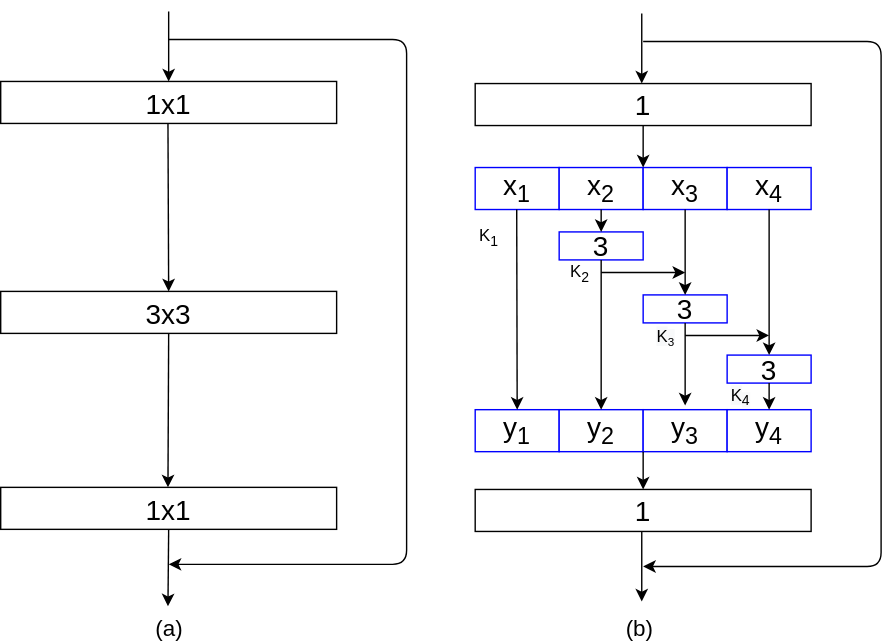
This is littlepaper/图2-1 ResTnet结构图.svg from wangxinzhi0/draw.io, a draw.io export, as it was before one commit. Source tidied: cells renumbered, new cells last; positions are measured from the earlier drawing's top-left corner, leaving out a move shared by most shapes.
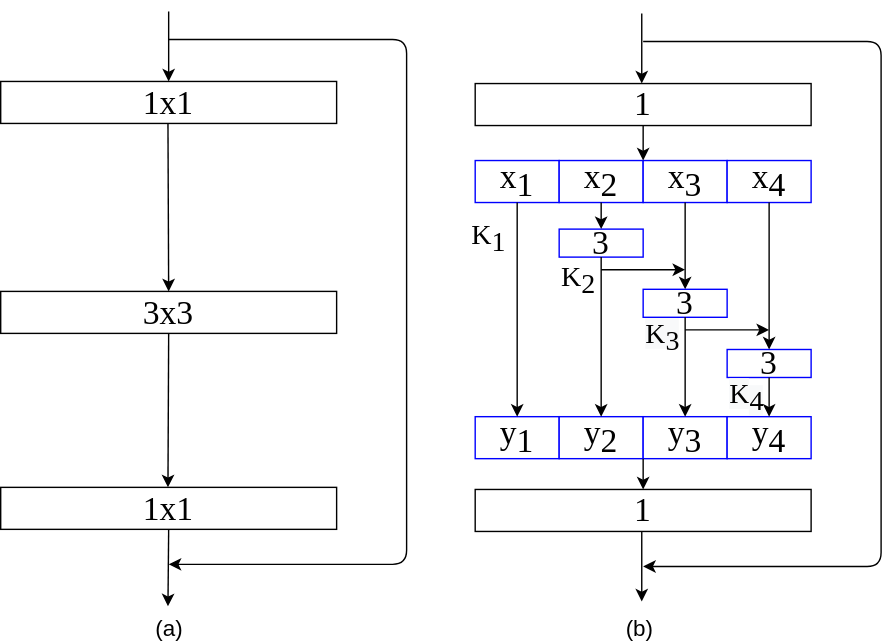
The same file after the commit.

Change to the diagram source:
```diff
@@ -2,10 +2,10 @@
   <root>
     <mxCell id="0" />
     <mxCell id="1" parent="0" />
-    <mxCell id="2" value="&lt;font style=&quot;font-size: 20px&quot;&gt;3x3&lt;/font&gt;" style="rounded=0;whiteSpace=wrap;html=1;" parent="1" vertex="1">
+    <mxCell id="2" value="&lt;font style=&quot;font-size: 24px;&quot;&gt;3x3&lt;/font&gt;" style="rounded=0;whiteSpace=wrap;html=1;fontFamily=Times New Roman;fontSize=24;" parent="1" vertex="1">
       <mxGeometry y="200.5" width="240" height="30" as="geometry" />
     </mxCell>
-    <mxCell id="3" value="&lt;font style=&quot;font-size: 20px&quot;&gt;1x1&lt;/font&gt;" style="rounded=0;whiteSpace=wrap;html=1;" parent="1" vertex="1">
+    <mxCell id="3" value="&lt;font style=&quot;font-size: 24px;&quot;&gt;1x1&lt;/font&gt;" style="rounded=0;whiteSpace=wrap;html=1;fontFamily=Times New Roman;fontSize=24;" parent="1" vertex="1">
       <mxGeometry y="340.5" width="240" height="30" as="geometry" />
     </mxCell>
     <mxCell id="4" style="endArrow=classic;html=1;" parent="1" edge="1">
@@ -34,13 +34,13 @@
         </Array>
       </mxGeometry>
     </mxCell>
-    <mxCell id="8" value="&lt;font style=&quot;font-size: 20px&quot;&gt;1&lt;/font&gt;" style="rounded=0;whiteSpace=wrap;html=1;" parent="1" vertex="1">
+    <mxCell id="8" value="&lt;font style=&quot;font-size: 24px;&quot;&gt;1&lt;/font&gt;" style="rounded=0;whiteSpace=wrap;html=1;fontFamily=Times New Roman;fontSize=24;" parent="1" vertex="1">
       <mxGeometry x="339" y="52" width="240" height="30" as="geometry" />
     </mxCell>
-    <mxCell id="9" value="&lt;font style=&quot;font-size: 20px&quot;&gt;1&lt;/font&gt;" style="rounded=0;whiteSpace=wrap;html=1;" parent="1" vertex="1">
+    <mxCell id="9" value="&lt;font style=&quot;font-size: 24px;&quot;&gt;1&lt;/font&gt;" style="rounded=0;whiteSpace=wrap;html=1;fontFamily=Times New Roman;fontSize=24;" parent="1" vertex="1">
       <mxGeometry x="339" y="342" width="240" height="30" as="geometry" />
     </mxCell>
-    <mxCell id="10" value="&lt;font style=&quot;font-size: 20px;&quot;&gt;1x1&lt;/font&gt;" style="rounded=0;whiteSpace=wrap;html=1;fontFamily=Helvetica;fontSize=20;" parent="1" vertex="1">
+    <mxCell id="10" value="&lt;font style=&quot;font-size: 24px;&quot;&gt;1x1&lt;/font&gt;" style="rounded=0;whiteSpace=wrap;html=1;fontFamily=Times New Roman;fontSize=24;" parent="1" vertex="1">
       <mxGeometry y="50.5" width="240" height="30" as="geometry" />
     </mxCell>
     <mxCell id="11" style="endArrow=classic;html=1;entryX=0.5;entryY=0;entryDx=0;entryDy=0;" parent="1" edge="1" target="2">
@@ -48,31 +48,31 @@
         <mxPoint x="119.5" y="80.5" as="sourcePoint" />
       </mxGeometry>
     </mxCell>
-    <mxCell id="12" value="&lt;span style=&quot;font-size: 20px&quot;&gt;x&lt;sub&gt;1&lt;/sub&gt;&lt;/span&gt;" style="rounded=0;whiteSpace=wrap;html=1;strokeColor=#0000FF;" parent="1" vertex="1">
-      <mxGeometry x="339" y="112" width="60" height="30" as="geometry" />
+    <mxCell id="12" value="&lt;span style=&quot;font-size: 24px;&quot;&gt;x&lt;sub style=&quot;font-size: 24px;&quot;&gt;1&lt;/sub&gt;&lt;/span&gt;" style="rounded=0;whiteSpace=wrap;html=1;strokeColor=#0000FF;fontFamily=Times New Roman;fontSize=24;" parent="1" vertex="1">
+      <mxGeometry x="339" y="107" width="60" height="30" as="geometry" />
     </mxCell>
-    <mxCell id="13" value="&lt;font style=&quot;font-size: 20px&quot;&gt;x&lt;sub&gt;2&lt;/sub&gt;&lt;/font&gt;" style="rounded=0;whiteSpace=wrap;html=1;strokeColor=#0000FF;" parent="1" vertex="1">
-      <mxGeometry x="399" y="112" width="60" height="30" as="geometry" />
+    <mxCell id="13" value="&lt;font style=&quot;font-size: 24px;&quot;&gt;x&lt;sub style=&quot;font-size: 24px;&quot;&gt;2&lt;/sub&gt;&lt;/font&gt;" style="rounded=0;whiteSpace=wrap;html=1;strokeColor=#0000FF;fontFamily=Times New Roman;fontSize=24;" parent="1" vertex="1">
+      <mxGeometry x="399" y="107" width="60" height="30" as="geometry" />
     </mxCell>
-    <mxCell id="14" value="&lt;font style=&quot;font-size: 20px&quot;&gt;x&lt;sub&gt;3&lt;/sub&gt;&lt;/font&gt;" style="rounded=0;whiteSpace=wrap;html=1;strokeColor=#0000FF;" parent="1" vertex="1">
-      <mxGeometry x="459" y="112" width="60" height="30" as="geometry" />
+    <mxCell id="14" value="&lt;font style=&quot;font-size: 24px;&quot;&gt;x&lt;sub style=&quot;font-size: 24px;&quot;&gt;3&lt;/sub&gt;&lt;/font&gt;" style="rounded=0;whiteSpace=wrap;html=1;strokeColor=#0000FF;fontFamily=Times New Roman;fontSize=24;" parent="1" vertex="1">
+      <mxGeometry x="459" y="107" width="60" height="30" as="geometry" />
     </mxCell>
-    <mxCell id="15" value="&lt;font style=&quot;font-size: 20px&quot;&gt;x&lt;sub&gt;4&lt;/sub&gt;&lt;/font&gt;" style="rounded=0;whiteSpace=wrap;html=1;strokeColor=#0000FF;" parent="1" vertex="1">
-      <mxGeometry x="519" y="112" width="60" height="30" as="geometry" />
+    <mxCell id="15" value="&lt;font style=&quot;font-size: 24px;&quot;&gt;x&lt;sub style=&quot;font-size: 24px;&quot;&gt;4&lt;/sub&gt;&lt;/font&gt;" style="rounded=0;whiteSpace=wrap;html=1;strokeColor=#0000FF;fontFamily=Times New Roman;fontSize=24;" parent="1" vertex="1">
+      <mxGeometry x="519" y="107" width="60" height="30" as="geometry" />
     </mxCell>
-    <mxCell id="16" value="&lt;font style=&quot;font-size: 20px&quot;&gt;y&lt;sub&gt;1&lt;/sub&gt;&lt;/font&gt;" style="rounded=0;whiteSpace=wrap;html=1;strokeColor=#0000FF;" parent="1" vertex="1">
-      <mxGeometry x="339" y="285" width="60" height="30" as="geometry" />
+    <mxCell id="16" value="&lt;font style=&quot;font-size: 24px;&quot;&gt;y&lt;sub style=&quot;font-size: 24px;&quot;&gt;1&lt;/sub&gt;&lt;/font&gt;" style="rounded=0;whiteSpace=wrap;html=1;strokeColor=#0000FF;fontFamily=Times New Roman;fontSize=24;" parent="1" vertex="1">
+      <mxGeometry x="339" y="290" width="60" height="30" as="geometry" />
     </mxCell>
-    <mxCell id="17" value="&lt;font style=&quot;font-size: 20px&quot;&gt;y&lt;sub&gt;2&lt;/sub&gt;&lt;/font&gt;" style="rounded=0;whiteSpace=wrap;html=1;strokeColor=#0000FF;" parent="1" vertex="1">
-      <mxGeometry x="399" y="285" width="60" height="30" as="geometry" />
+    <mxCell id="17" value="&lt;font style=&quot;font-size: 24px;&quot;&gt;y&lt;sub style=&quot;font-size: 24px;&quot;&gt;2&lt;/sub&gt;&lt;/font&gt;" style="rounded=0;whiteSpace=wrap;html=1;strokeColor=#0000FF;fontFamily=Times New Roman;fontSize=24;" parent="1" vertex="1">
+      <mxGeometry x="399" y="290" width="60" height="30" as="geometry" />
     </mxCell>
-    <mxCell id="18" value="&lt;font style=&quot;font-size: 20px&quot;&gt;y&lt;sub&gt;3&lt;/sub&gt;&lt;/font&gt;" style="rounded=0;whiteSpace=wrap;html=1;strokeColor=#0000FF;" parent="1" vertex="1">
-      <mxGeometry x="459" y="285" width="60" height="30" as="geometry" />
+    <mxCell id="18" value="&lt;font style=&quot;font-size: 24px;&quot;&gt;y&lt;sub style=&quot;font-size: 24px;&quot;&gt;3&lt;/sub&gt;&lt;/font&gt;" style="rounded=0;whiteSpace=wrap;html=1;strokeColor=#0000FF;fontFamily=Times New Roman;fontSize=24;" parent="1" vertex="1">
+      <mxGeometry x="459" y="290" width="60" height="30" as="geometry" />
     </mxCell>
-    <mxCell id="19" value="&lt;font style=&quot;font-size: 20px&quot;&gt;y&lt;sub&gt;4&lt;/sub&gt;&lt;/font&gt;" style="rounded=0;whiteSpace=wrap;html=1;strokeColor=#0000FF;" parent="1" vertex="1">
-      <mxGeometry x="519" y="285" width="60" height="30" as="geometry" />
+    <mxCell id="19" value="&lt;font style=&quot;font-size: 24px;&quot;&gt;y&lt;sub style=&quot;font-size: 24px;&quot;&gt;4&lt;/sub&gt;&lt;/font&gt;" style="rounded=0;whiteSpace=wrap;html=1;strokeColor=#0000FF;fontFamily=Times New Roman;fontSize=24;" parent="1" vertex="1">
+      <mxGeometry x="519" y="290" width="60" height="30" as="geometry" />
     </mxCell>
-    <mxCell id="20" style="endArrow=classic;html=1;" parent="1" edge="1">
+    <mxCell id="20" style="endArrow=classic;html=1;fontFamily=Times New Roman;fontSize=24;" parent="1" edge="1">
       <mxGeometry relative="1" as="geometry">
         <mxPoint x="458" y="2" as="sourcePoint" />
         <mxPoint x="458" y="52" as="targetPoint" />
@@ -91,53 +91,49 @@
         </Array>
       </mxGeometry>
     </mxCell>
-    <mxCell id="23" style="endArrow=classic;html=1;exitX=0.5;exitY=1;exitDx=0;exitDy=0;entryX=0;entryY=0;entryDx=0;entryDy=0;" parent="1" edge="1" source="8" target="14">
+    <mxCell id="23" style="endArrow=classic;html=1;exitX=0.5;exitY=1;exitDx=0;exitDy=0;entryX=0;entryY=0;entryDx=0;entryDy=0;fontFamily=Times New Roman;fontSize=24;" parent="1" edge="1" source="8" target="14">
       <mxGeometry relative="1" as="geometry" />
     </mxCell>
-    <mxCell id="24" value="&lt;font style=&quot;font-size: 20px&quot;&gt;3&lt;/font&gt;" style="rounded=0;whiteSpace=wrap;html=1;strokeColor=#0000FF;" parent="1" vertex="1">
-      <mxGeometry x="399" y="158" width="60" height="20" as="geometry" />
+    <mxCell id="24" value="&lt;font style=&quot;font-size: 24px;&quot;&gt;3&lt;/font&gt;" style="rounded=0;whiteSpace=wrap;html=1;strokeColor=#0000FF;fontFamily=Times New Roman;fontSize=24;" parent="1" vertex="1">
+      <mxGeometry x="399" y="156" width="60" height="20" as="geometry" />
     </mxCell>
-    <mxCell id="25" value="&lt;font style=&quot;font-size: 20px&quot;&gt;3&lt;/font&gt;" style="rounded=0;whiteSpace=wrap;html=1;strokeColor=#0000FF;" parent="1" vertex="1">
-      <mxGeometry x="459" y="203" width="60" height="20" as="geometry" />
+    <mxCell id="25" value="&lt;font style=&quot;font-size: 24px;&quot;&gt;3&lt;/font&gt;" style="rounded=0;whiteSpace=wrap;html=1;strokeColor=#0000FF;fontFamily=Times New Roman;fontSize=24;" parent="1" vertex="1">
+      <mxGeometry x="459" y="199" width="60" height="20" as="geometry" />
     </mxCell>
-    <mxCell id="26" value="&lt;font style=&quot;font-size: 20px&quot;&gt;3&lt;/font&gt;" style="rounded=0;whiteSpace=wrap;html=1;strokeColor=#0000FF;" parent="1" vertex="1">
-      <mxGeometry x="519" y="246" width="60" height="20" as="geometry" />
+    <mxCell id="26" value="&lt;font style=&quot;font-size: 24px;&quot;&gt;3&lt;/font&gt;" style="rounded=0;whiteSpace=wrap;html=1;strokeColor=#0000FF;fontFamily=Times New Roman;fontSize=24;" parent="1" vertex="1">
+      <mxGeometry x="519" y="242" width="60" height="20" as="geometry" />
     </mxCell>
-    <mxCell id="27" style="endArrow=classic;html=1;exitX=0.5;exitY=1;exitDx=0;exitDy=0;entryX=0.5;entryY=0;entryDx=0;entryDy=0;" parent="1" edge="1" source="13" target="24">
+    <mxCell id="27" style="endArrow=classic;html=1;exitX=0.5;exitY=1;exitDx=0;exitDy=0;entryX=0.5;entryY=0;entryDx=0;entryDy=0;fontFamily=Times New Roman;fontSize=24;" parent="1" edge="1" source="13" target="24">
       <mxGeometry relative="1" as="geometry" />
     </mxCell>
-    <mxCell id="28" style="endArrow=classic;html=1;exitX=0.5;exitY=1;exitDx=0;exitDy=0;entryX=0.5;entryY=0;entryDx=0;entryDy=0;" parent="1" edge="1" source="14" target="25">
+    <mxCell id="28" style="endArrow=classic;html=1;exitX=0.5;exitY=1;exitDx=0;exitDy=0;entryX=0.5;entryY=0;entryDx=0;entryDy=0;fontFamily=Times New Roman;fontSize=24;" parent="1" edge="1" source="14" target="25">
       <mxGeometry relative="1" as="geometry" />
     </mxCell>
-    <mxCell id="29" style="endArrow=classic;html=1;exitX=0.5;exitY=1;exitDx=0;exitDy=0;entryX=0.5;entryY=0;entryDx=0;entryDy=0;" parent="1" edge="1" source="15" target="26">
+    <mxCell id="29" style="endArrow=classic;html=1;exitX=0.5;exitY=1;exitDx=0;exitDy=0;entryX=0.5;entryY=0;entryDx=0;entryDy=0;fontFamily=Times New Roman;fontSize=24;" parent="1" edge="1" source="15" target="26">
       <mxGeometry relative="1" as="geometry" />
     </mxCell>
-    <mxCell id="30" style="endArrow=classic;html=1;exitX=0.5;exitY=1;exitDx=0;exitDy=0;entryX=0.5;entryY=0;entryDx=0;entryDy=0;" parent="1" edge="1" source="24" target="17">
+    <mxCell id="30" style="endArrow=classic;html=1;exitX=0.5;exitY=1;exitDx=0;exitDy=0;entryX=0.5;entryY=0;entryDx=0;entryDy=0;fontFamily=Times New Roman;fontSize=24;" parent="1" edge="1" source="24" target="17">
       <mxGeometry relative="1" as="geometry" />
     </mxCell>
-    <mxCell id="31" style="endArrow=classic;html=1;exitX=0.5;exitY=1;exitDx=0;exitDy=0;entryX=0.5;entryY=0;entryDx=0;entryDy=0;" parent="1" edge="1" target="16">
-      <mxGeometry relative="1" as="geometry">
-        <mxPoint x="368.7" y="142" as="sourcePoint" />
-      </mxGeometry>
+    <mxCell id="31" style="endArrow=classic;html=1;exitX=0.5;exitY=1;exitDx=0;exitDy=0;entryX=0.5;entryY=0;entryDx=0;entryDy=0;fontFamily=Times New Roman;fontSize=24;" parent="1" edge="1" source="12" target="16">
+      <mxGeometry relative="1" as="geometry" />
     </mxCell>
-    <mxCell id="32" style="endArrow=classic;html=1;exitX=0.5;exitY=1;exitDx=0;exitDy=0;" parent="1" edge="1" source="25">
-      <mxGeometry relative="1" as="geometry">
-        <mxPoint x="489" y="282" as="targetPoint" />
-      </mxGeometry>
+    <mxCell id="32" style="endArrow=classic;html=1;exitX=0.5;exitY=1;exitDx=0;exitDy=0;fontFamily=Times New Roman;fontSize=24;entryX=0.5;entryY=0;entryDx=0;entryDy=0;" parent="1" edge="1" source="25" target="18">
+      <mxGeometry relative="1" as="geometry" />
     </mxCell>
-    <mxCell id="33" style="endArrow=classic;html=1;exitX=0.5;exitY=1;exitDx=0;exitDy=0;entryX=0.5;entryY=0;entryDx=0;entryDy=0;" parent="1" edge="1" source="26" target="19">
+    <mxCell id="33" style="endArrow=classic;html=1;exitX=0.5;exitY=1;exitDx=0;exitDy=0;entryX=0.5;entryY=0;entryDx=0;entryDy=0;fontFamily=Times New Roman;fontSize=24;" parent="1" edge="1" source="26" target="19">
       <mxGeometry relative="1" as="geometry" />
     </mxCell>
-    <mxCell id="34" style="endArrow=classic;html=1;" parent="1" edge="1">
+    <mxCell id="34" style="endArrow=classic;html=1;fontFamily=Times New Roman;fontSize=24;" parent="1" edge="1">
       <mxGeometry relative="1" as="geometry">
-        <mxPoint x="429" y="187" as="sourcePoint" />
-        <mxPoint x="489" y="187" as="targetPoint" />
+        <mxPoint x="429" y="185" as="sourcePoint" />
+        <mxPoint x="489" y="185" as="targetPoint" />
       </mxGeometry>
     </mxCell>
-    <mxCell id="35" style="endArrow=classic;html=1;" parent="1" edge="1">
+    <mxCell id="35" style="endArrow=classic;html=1;fontFamily=Times New Roman;fontSize=24;" parent="1" edge="1">
       <mxGeometry relative="1" as="geometry">
-        <mxPoint x="489" y="232" as="sourcePoint" />
-        <mxPoint x="549" y="232" as="targetPoint" />
+        <mxPoint x="489" y="228" as="sourcePoint" />
+        <mxPoint x="549" y="228" as="targetPoint" />
       </mxGeometry>
     </mxCell>
     <mxCell id="36" style="endArrow=classic;html=1;" parent="1" edge="1">
@@ -150,16 +146,10 @@
         </Array>
       </mxGeometry>
     </mxCell>
-    <mxCell id="37" value="K&lt;sub&gt;2&lt;/sub&gt;" style="text;html=1;strokeColor=none;fillColor=none;align=center;verticalAlign=middle;whiteSpace=wrap;rounded=0;" parent="1" vertex="1">
-      <mxGeometry x="394" y="178" width="40" height="20" as="geometry" />
+    <mxCell id="37" value="K&lt;sub style=&quot;font-size: 20px;&quot;&gt;2&lt;/sub&gt;" style="text;html=1;strokeColor=none;fillColor=none;align=center;verticalAlign=middle;whiteSpace=wrap;rounded=0;fontFamily=Times New Roman;fontSize=20;" parent="1" vertex="1">
+      <mxGeometry x="393" y="182" width="40" height="20" as="geometry" />
     </mxCell>
-    <mxCell id="38" value="&lt;span style=&quot;color: rgb(0 , 0 , 0) ; font-family: &amp;#34;helvetica&amp;#34; ; font-size: 12px ; font-style: normal ; font-weight: 400 ; letter-spacing: normal ; text-align: center ; text-indent: 0px ; text-transform: none ; word-spacing: 0px ; background-color: rgb(248 , 249 , 250) ; display: inline ; float: none&quot;&gt;K&lt;/span&gt;&lt;span style=&quot;color: rgb(0 , 0 , 0) ; font-family: &amp;#34;helvetica&amp;#34; ; font-style: normal ; font-weight: 400 ; letter-spacing: normal ; text-align: center ; text-indent: 0px ; text-transform: none ; word-spacing: 0px ; background-color: rgb(248 , 249 , 250) ; display: inline ; float: none ; font-size: 10px&quot;&gt;&lt;sub&gt;3&lt;/sub&gt;&lt;/span&gt;" style="text;whiteSpace=wrap;html=1;" parent="1" vertex="1">
-      <mxGeometry x="467" y="219" width="40" height="30" as="geometry" />
-    </mxCell>
-    <mxCell id="39" value="&lt;span style=&quot;color: rgb(0 , 0 , 0) ; font-family: &amp;#34;helvetica&amp;#34; ; font-size: 12px ; font-style: normal ; font-weight: 400 ; letter-spacing: normal ; text-align: center ; text-indent: 0px ; text-transform: none ; word-spacing: 0px ; background-color: rgb(248 , 249 , 250) ; display: inline ; float: none&quot;&gt;K&lt;/span&gt;&lt;sub style=&quot;color: rgb(0 , 0 , 0) ; font-family: &amp;#34;helvetica&amp;#34; ; font-style: normal ; font-weight: 400 ; letter-spacing: normal ; text-align: center ; text-indent: 0px ; text-transform: none ; word-spacing: 0px ; background-color: rgb(248 , 249 , 250)&quot;&gt;4&lt;/sub&gt;" style="text;whiteSpace=wrap;html=1;" parent="1" vertex="1">
-      <mxGeometry x="520" y="261" width="40" height="30" as="geometry" />
-    </mxCell>
-    <mxCell id="40" value="K&lt;sub&gt;1&lt;/sub&gt;" style="text;html=1;strokeColor=none;fillColor=none;align=center;verticalAlign=middle;whiteSpace=wrap;rounded=0;" parent="1" vertex="1">
+    <mxCell id="40" value="K&lt;sub style=&quot;font-size: 20px;&quot;&gt;1&lt;/sub&gt;" style="text;html=1;strokeColor=none;fillColor=none;align=center;verticalAlign=middle;whiteSpace=wrap;rounded=0;fontFamily=Times New Roman;fontSize=20;" parent="1" vertex="1">
       <mxGeometry x="329" y="152" width="40" height="20" as="geometry" />
     </mxCell>
     <mxCell id="41" value="(a)&amp;nbsp;" style="text;html=1;strokeColor=none;fillColor=none;align=center;verticalAlign=middle;whiteSpace=wrap;rounded=0;fontSize=16;" parent="1" vertex="1">
@@ -168,5 +158,11 @@
     <mxCell id="42" value="(b)&amp;nbsp;" style="text;html=1;strokeColor=none;fillColor=none;align=center;verticalAlign=middle;whiteSpace=wrap;rounded=0;fontSize=16;" parent="1" vertex="1">
       <mxGeometry x="369" y="431" width="180" height="20" as="geometry" />
     </mxCell>
+    <mxCell id="39" value="&lt;span style=&quot;color: rgb(0, 0, 0); font-size: 20px; font-style: normal; font-weight: 400; letter-spacing: normal; text-align: center; text-indent: 0px; text-transform: none; word-spacing: 0px; background-color: rgb(248, 249, 250); display: inline; float: none;&quot;&gt;K&lt;/span&gt;&lt;sub style=&quot;color: rgb(0, 0, 0); font-style: normal; font-weight: 400; letter-spacing: normal; text-align: center; text-indent: 0px; text-transform: none; word-spacing: 0px; background-color: rgb(248, 249, 250); font-size: 20px;&quot;&gt;4&lt;/sub&gt;" style="text;whiteSpace=wrap;html=1;fontFamily=Times New Roman;fontSize=20;" parent="1" vertex="1">
+      <mxGeometry x="519" y="255" width="34" height="32" as="geometry" />
+    </mxCell>
+    <mxCell id="38" value="&lt;span style=&quot;color: rgb(0, 0, 0); font-size: 20px; font-style: normal; font-weight: 400; letter-spacing: normal; text-align: center; text-indent: 0px; text-transform: none; word-spacing: 0px; background-color: rgb(248, 249, 250); display: inline; float: none;&quot;&gt;K&lt;/span&gt;&lt;span style=&quot;color: rgb(0, 0, 0); font-style: normal; font-weight: 400; letter-spacing: normal; text-align: center; text-indent: 0px; text-transform: none; word-spacing: 0px; background-color: rgb(248, 249, 250); display: inline; float: none; font-size: 20px;&quot;&gt;&lt;sub style=&quot;font-size: 20px;&quot;&gt;3&lt;/sub&gt;&lt;/span&gt;" style="text;whiteSpace=wrap;html=1;fontFamily=Times New Roman;fontSize=20;" parent="1" vertex="1">
+      <mxGeometry x="459" y="212" width="40" height="30" as="geometry" />
+    </mxCell>
   </root>
 </mxGraphModel>
```
